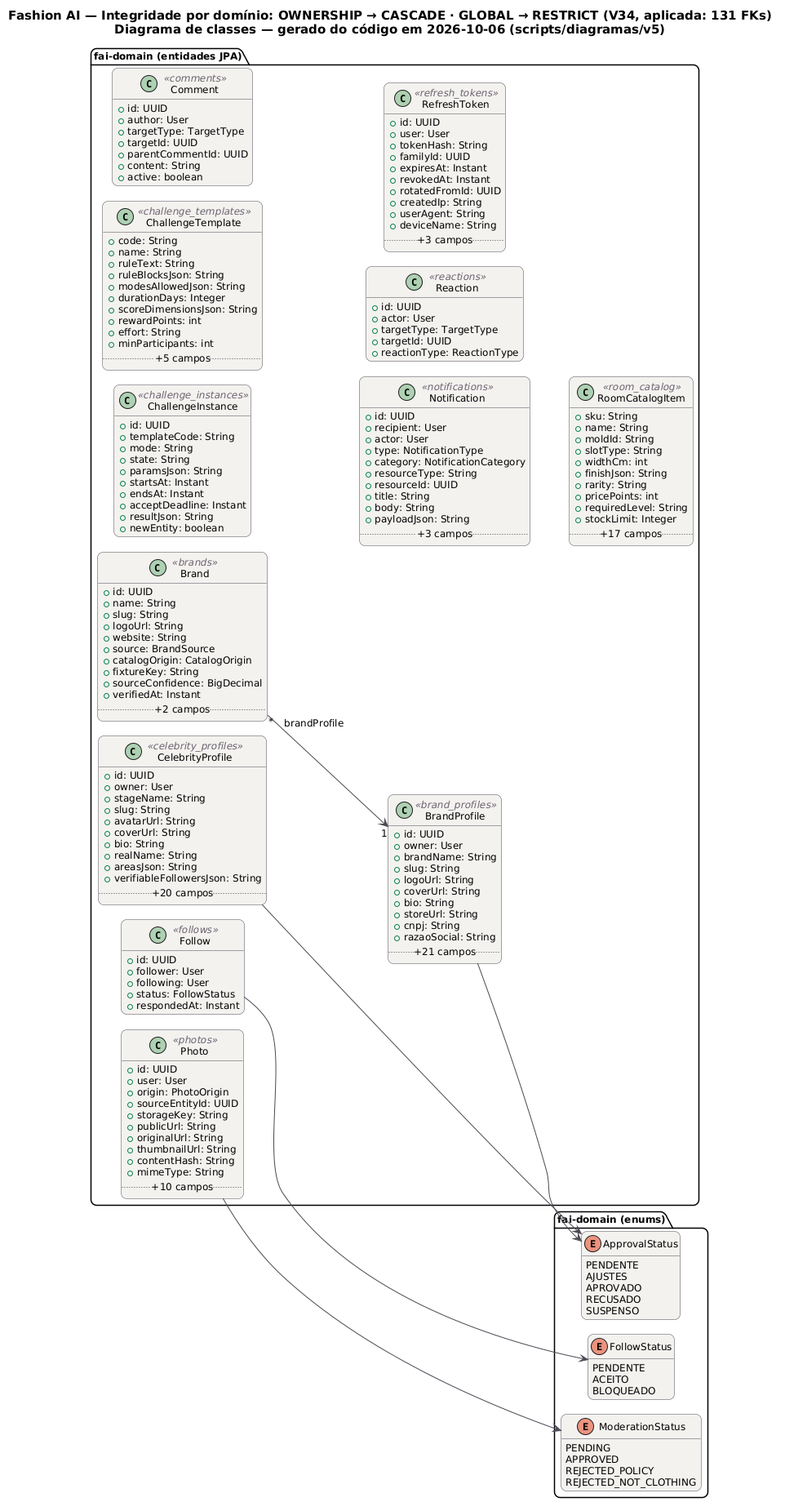
Earlier version of the PlantUML export docs/diagramas/dados-demo/DB_Classes_Dominios.png (MatheusHaliski/tcc-2026-fashion-ai-backend). Its diagram source:
```plantuml
@startuml DB_Classes_Dominios
!pragma layout smetana
skinparam backgroundColor #FFFFFF
skinparam shadowing false
skinparam defaultFontName "DejaVu Sans"
skinparam defaultFontSize 12
skinparam titleFontSize 15
skinparam roundcorner 14
skinparam ArrowColor #52606D
skinparam note {
  BackgroundColor #FFFDEB
  BorderColor #D8CE78
  FontColor #554F24
}
skinparam class {
  BackgroundColor #F4F2EF
  BorderColor #4A4852
  ArrowColor #4A4852
  StereotypeFontColor #6B6470
}
hide empty members
left to right direction
title Fashion AI — Integridade por domínio: OWNERSHIP → CASCADE · GLOBAL → RESTRICT (V34, aplicada: 131 FKs)\nDiagrama de classes — gerado do código em 2026-10-06 (scripts/diagramas/v5)

package "fai-domain (entidades JPA)" {
  class Follow <<follows>> {
    +id: UUID
    +follower: User
    +following: User
    +status: FollowStatus
    +respondedAt: Instant
  }
  class Brand <<brands>> {
    +id: UUID
    +name: String
    +slug: String
    +logoUrl: String
    +website: String
    +source: BrandSource
    +catalogOrigin: CatalogOrigin
    +fixtureKey: String
    +sourceConfidence: BigDecimal
    +verifiedAt: Instant
    .. +2 campos ..
  }
  class BrandProfile <<brand_profiles>> {
    +id: UUID
    +owner: User
    +brandName: String
    +slug: String
    +logoUrl: String
    +coverUrl: String
    +bio: String
    +storeUrl: String
    +cnpj: String
    +razaoSocial: String
    .. +21 campos ..
  }
  class CelebrityProfile <<celebrity_profiles>> {
    +id: UUID
    +owner: User
    +stageName: String
    +slug: String
    +avatarUrl: String
    +coverUrl: String
    +bio: String
    +realName: String
    +areasJson: String
    +verifiableFollowersJson: String
    .. +20 campos ..
  }
  class ChallengeInstance <<challenge_instances>> {
    +id: UUID
    +templateCode: String
    +mode: String
    +state: String
    +paramsJson: String
    +startsAt: Instant
    +endsAt: Instant
    +acceptDeadline: Instant
    +resultJson: String
    +newEntity: boolean
  }
  class ChallengeTemplate <<challenge_templates>> {
    +code: String
    +name: String
    +ruleText: String
    +ruleBlocksJson: String
    +modesAllowedJson: String
    +durationDays: Integer
    +scoreDimensionsJson: String
    +rewardPoints: int
    +effort: String
    +minParticipants: int
    .. +5 campos ..
  }
  class Comment <<comments>> {
    +id: UUID
    +author: User
    +targetType: TargetType
    +targetId: UUID
    +parentCommentId: UUID
    +content: String
    +active: boolean
  }
  class Notification <<notifications>> {
    +id: UUID
    +recipient: User
    +actor: User
    +type: NotificationType
    +category: NotificationCategory
    +resourceType: String
    +resourceId: UUID
    +title: String
    +body: String
    +payloadJson: String
    .. +3 campos ..
  }
  class Photo <<photos>> {
    +id: UUID
    +user: User
    +origin: PhotoOrigin
    +sourceEntityId: UUID
    +storageKey: String
    +publicUrl: String
    +originalUrl: String
    +thumbnailUrl: String
    +contentHash: String
    +mimeType: String
    .. +10 campos ..
  }
  class Reaction <<reactions>> {
    +id: UUID
    +actor: User
    +targetType: TargetType
    +targetId: UUID
    +reactionType: ReactionType
  }
  class RefreshToken <<refresh_tokens>> {
    +id: UUID
    +user: User
    +tokenHash: String
    +familyId: UUID
    +expiresAt: Instant
    +revokedAt: Instant
    +rotatedFromId: UUID
    +createdIp: String
    +userAgent: String
    +deviceName: String
    .. +3 campos ..
  }
  class RoomCatalogItem <<room_catalog>> {
    +sku: String
    +name: String
    +moldId: String
    +slotType: String
    +widthCm: int
    +finishJson: String
    +rarity: String
    +pricePoints: int
    +requiredLevel: String
    +stockLimit: Integer
    .. +17 campos ..
  }
}
package "fai-domain (enums)" {
  enum FollowStatus {
    PENDENTE
    ACEITO
    BLOQUEADO
  }
  enum ApprovalStatus {
    PENDENTE
    AJUSTES
    APROVADO
    RECUSADO
    SUSPENSO
  }
  enum ModerationStatus {
    PENDING
    APPROVED
    REJECTED_POLICY
    REJECTED_NOT_CLOTHING
  }
}
Brand "*" --> "1" BrandProfile : brandProfile
BrandProfile --> ApprovalStatus
CelebrityProfile --> ApprovalStatus
Follow --> FollowStatus
Photo --> ModerationStatus
@enduml
```
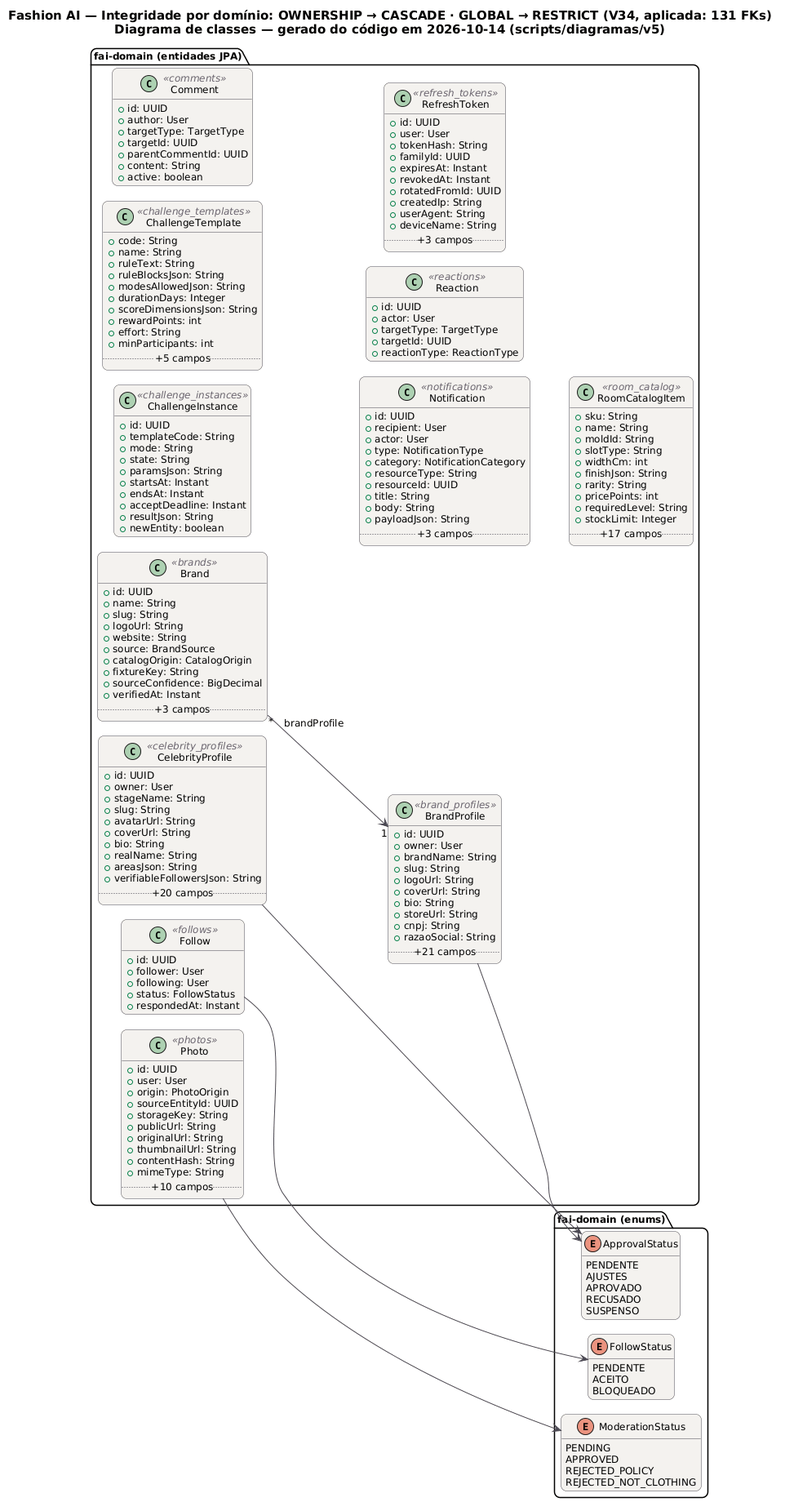
The same diagram one commit later.

Change to the diagram source:
```diff
@@ -20,7 +20,7 @@
 }
 hide empty members
 left to right direction
-title Fashion AI — Integridade por domínio: OWNERSHIP → CASCADE · GLOBAL → RESTRICT (V34, aplicada: 131 FKs)\nDiagrama de classes — gerado do código em 2026-10-06 (scripts/diagramas/v5)
+title Fashion AI — Integridade por domínio: OWNERSHIP → CASCADE · GLOBAL → RESTRICT (V34, aplicada: 131 FKs)\nDiagrama de classes — gerado do código em 2026-10-14 (scripts/diagramas/v5)
 
 package "fai-domain (entidades JPA)" {
   class Follow <<follows>> {
@@ -41,7 +41,7 @@
     +fixtureKey: String
     +sourceConfidence: BigDecimal
     +verifiedAt: Instant
-    .. +2 campos ..
+    .. +3 campos ..
   }
   class BrandProfile <<brand_profiles>> {
     +id: UUID
```
